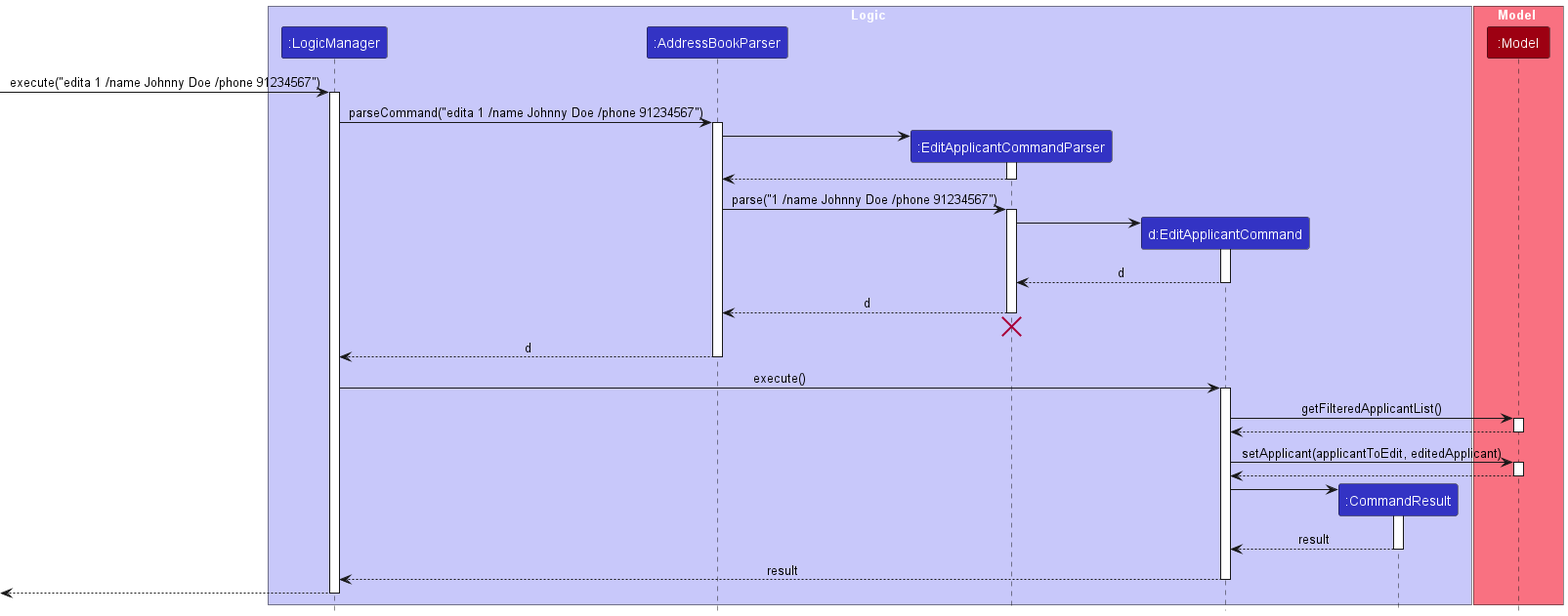
Earlier version of the PlantUML export docs/images/EditApplicantSequenceDiagram.png (nus-cs2103-AY2324S1/tp).
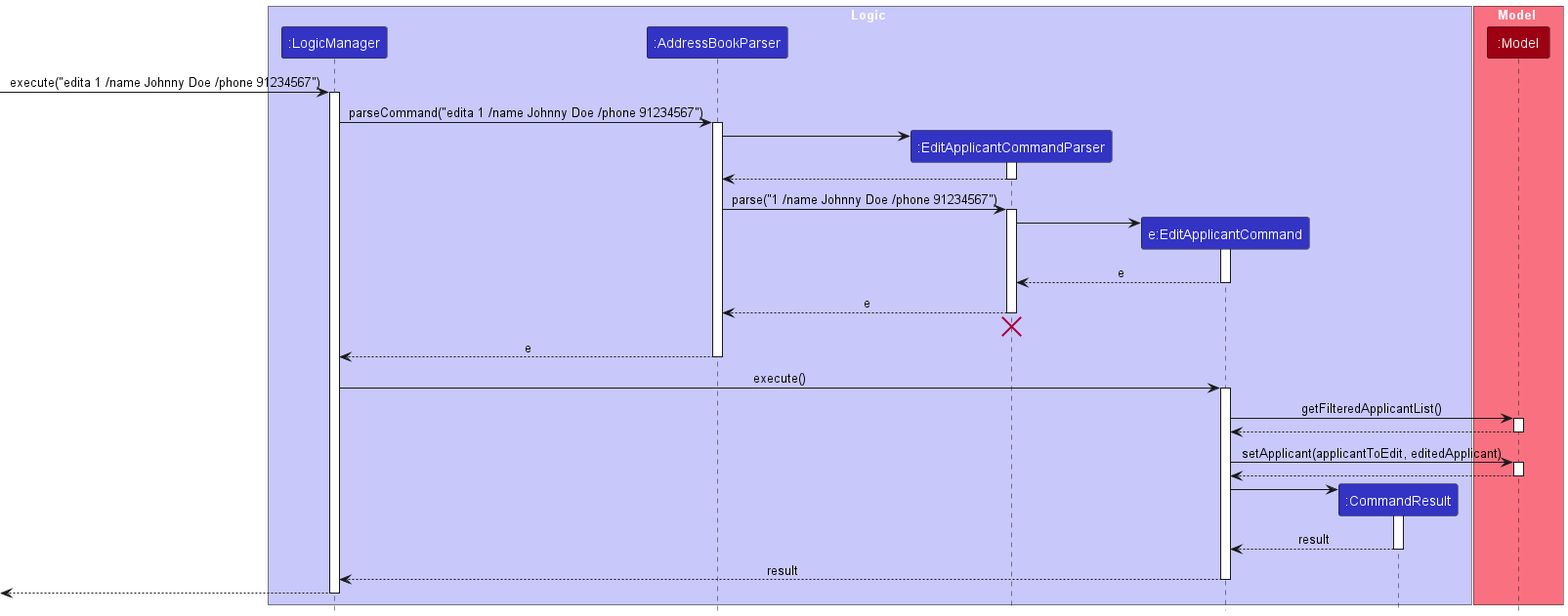
Above is the later version.

Commit message:
Update Sequence Diagram

The edit, as a diff of the source:
```diff
@@ -6,7 +6,7 @@
 participant ":LogicManager" as LogicManager LOGIC_COLOR
 participant ":AddressBookParser" as AddressBookParser LOGIC_COLOR
 participant ":EditApplicantCommandParser" as EditApplicantCommandParser LOGIC_COLOR
-participant "d:EditApplicantCommand" as EditApplicantCommand LOGIC_COLOR
+participant "e:EditApplicantCommand" as EditApplicantCommand LOGIC_COLOR
 participant ":CommandResult" as CommandResult LOGIC_COLOR
 end box
 
@@ -34,16 +34,16 @@
 EditApplicantCommandParser -> EditApplicantCommand
 activate EditApplicantCommand
 
-EditApplicantCommand --> EditApplicantCommandParser : d
+EditApplicantCommand --> EditApplicantCommandParser : e
 deactivate EditApplicantCommand
 
-EditApplicantCommandParser --> AddressBookParser : d
+EditApplicantCommandParser --> AddressBookParser : e
 deactivate EditApplicantCommandParser
 
 EditApplicantCommandParser -[hidden]-> AddressBookParser
 destroy EditApplicantCommandParser
 
-AddressBookParser --> LogicManager : d
+AddressBookParser --> LogicManager : e
 deactivate AddressBookParser
 
 LogicManager -> EditApplicantCommand : execute()
```
